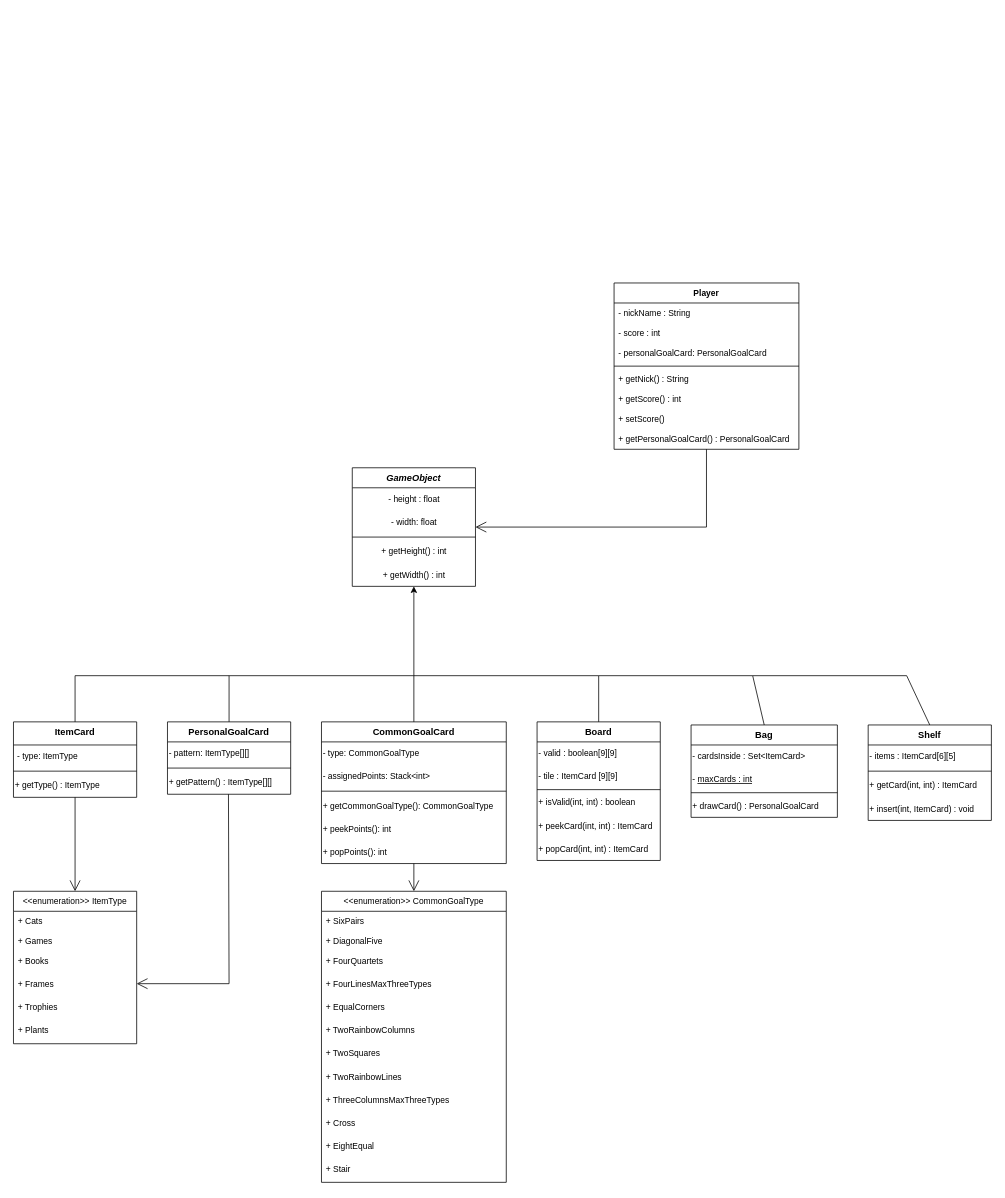
The draw.io diagram src/main/resources/uml.drawio in AndreaTorti-01/ing-sw-2023-torti-vigano-valtolina-vokrri, before the edit. Source tidied: cells renumbered, new cells numbered last; positions are measured from the earlier drawing's top-left corner, leaving out a move shared by most shapes. Both pictures are drawn from the tidied source at 77%, with x=0, y=0 at pixel (13, 283).
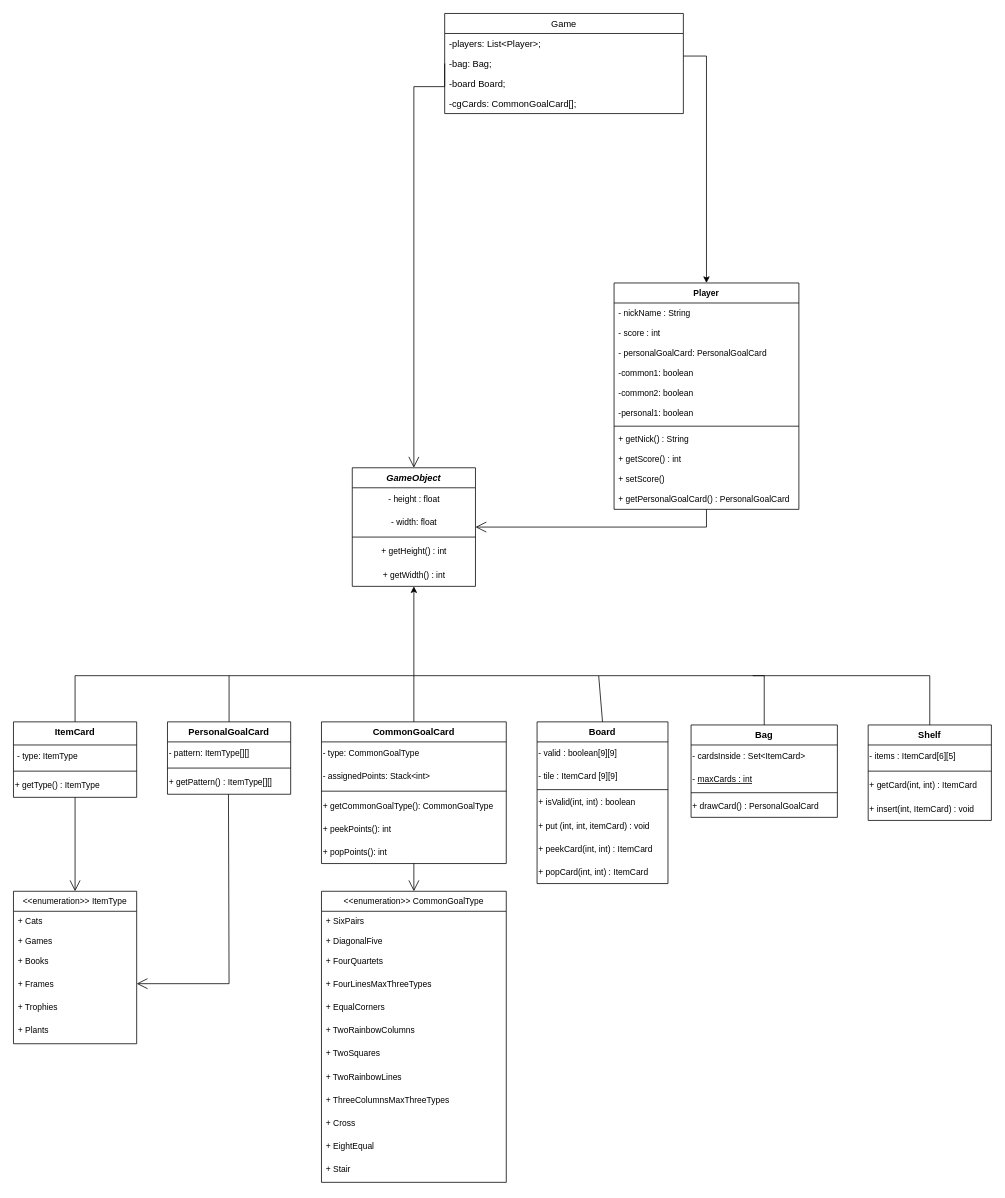
The same diagram, later.

Unchanged cells that the change refers to:
```xml
<mxCell id="2" value="GameObject" style="swimlane;fontStyle=3;align=center;verticalAlign=top;horizontal=1;startSize=26;rounded=0;shadow=0;strokeWidth=1;" parent="1" vertex="1">
  <mxGeometry x="440" y="240" width="160" height="154" as="geometry" />
</mxCell>
<mxCell id="19" value="Bag" style="swimlane;fontStyle=1;align=center;verticalAlign=top;horizontal=1;startSize=26;" parent="1" vertex="1">
  <mxGeometry x="880" y="574" width="190" height="120" as="geometry" />
</mxCell>
<mxCell id="24" value="Shelf" style="swimlane;fontStyle=1;align=center;verticalAlign=top;horizontal=1;startSize=26;" parent="1" vertex="1">
  <mxGeometry x="1110" y="574" width="160" height="124" as="geometry" />
</mxCell>
```

What changed in the source:
```diff
@@
     <mxCell id="12" value="Board" style="swimlane;fontStyle=1;align=center;verticalAlign=top;horizontal=1;startSize=26;" parent="1" vertex="1">
-      <mxGeometry x="680" y="570" width="160" height="180" as="geometry" />
+      <mxGeometry x="680" y="570" width="170" height="210" as="geometry" />
     </mxCell>
     <mxCell id="13" value="- valid : boolean[9][9]" style="text;html=1;align=left;verticalAlign=middle;strokeColor=none;fillColor=none;fontSize=11;" parent="12" vertex="1">
-      <mxGeometry y="26" width="160" height="30" as="geometry" />
+      <mxGeometry y="26" width="170" height="30" as="geometry" />
     </mxCell>
     <mxCell id="14" value="- tile : ItemCard [9][9]" style="text;html=1;align=left;verticalAlign=middle;strokeColor=none;fillColor=none;fontSize=11;" parent="12" vertex="1">
-      <mxGeometry y="56" width="160" height="30" as="geometry" />
+      <mxGeometry y="56" width="170" height="30" as="geometry" />
     </mxCell>
     <mxCell id="15" style="line;strokeWidth=1;fillColor=none;align=left;verticalAlign=middle;spacingTop=-1;spacingLeft=3;spacingRight=3;labelPosition=right;strokeColor=inherit;" parent="12" vertex="1">
-      <mxGeometry y="86" width="160" height="4" as="geometry" />
+      <mxGeometry y="86" width="170" height="4" as="geometry" />
     </mxCell>
     <mxCell id="16" value="+ isValid(int, int) : boolean" style="text;html=1;align=left;verticalAlign=middle;strokeColor=none;fillColor=none;fontSize=11;" parent="12" vertex="1">
-      <mxGeometry y="90" width="160" height="30" as="geometry" />
+      <mxGeometry y="90" width="170" height="30" as="geometry" />
     </mxCell>
+    <mxCell id="79" value="+ put (int, int, itemCard) : void" style="text;html=1;align=left;verticalAlign=middle;strokeColor=none;fillColor=none;fontSize=11;" parent="12" vertex="1">
+      <mxGeometry y="120" width="170" height="30" as="geometry" />
+    </mxCell>
     <mxCell id="17" value="+ peekCard(int, int) : ItemCard" style="text;html=1;align=left;verticalAlign=middle;strokeColor=none;fillColor=none;fontSize=11;" parent="12" vertex="1">
-      <mxGeometry y="120" width="160" height="30" as="geometry" />
+      <mxGeometry y="150" width="170" height="30" as="geometry" />
     </mxCell>
     <mxCell id="18" value="+ popCard(int, int) : ItemCard" style="text;html=1;align=left;verticalAlign=middle;strokeColor=none;fillColor=none;fontSize=11;" parent="12" vertex="1">
-      <mxGeometry y="150" width="160" height="30" as="geometry" />
+      <mxGeometry y="180" width="170" height="30" as="geometry" />
     </mxCell>
@@
     <mxCell id="62" value="Player" style="swimlane;fontStyle=1;align=center;verticalAlign=top;horizontal=1;startSize=26;fontSize=11;" parent="1" vertex="1">
-      <mxGeometry x="780" width="240" height="216" as="geometry" />
+      <mxGeometry x="780" width="240" height="294" as="geometry" />
     </mxCell>
@@
+    <mxCell id="80" value="-common1: boolean" style="text;strokeColor=none;fillColor=none;align=left;verticalAlign=top;spacingLeft=4;spacingRight=4;overflow=hidden;fontSize=11;" parent="62" vertex="1">
+      <mxGeometry y="104" width="240" height="26" as="geometry" />
+    </mxCell>
+    <mxCell id="81" value="-common2: boolean" style="text;strokeColor=none;fillColor=none;align=left;verticalAlign=top;spacingLeft=4;spacingRight=4;overflow=hidden;fontSize=11;" parent="62" vertex="1">
+      <mxGeometry y="130" width="240" height="26" as="geometry" />
+    </mxCell>
+    <mxCell id="82" value="-personal1: boolean" style="text;strokeColor=none;fillColor=none;align=left;verticalAlign=top;spacingLeft=4;spacingRight=4;overflow=hidden;fontSize=11;" parent="62" vertex="1">
+      <mxGeometry y="156" width="240" height="26" as="geometry" />
+    </mxCell>
     <mxCell id="66" style="line;strokeWidth=1;fillColor=none;align=left;verticalAlign=middle;spacingTop=-1;spacingLeft=3;spacingRight=3;labelPosition=right;strokeColor=inherit;fontSize=11;" parent="62" vertex="1">
-      <mxGeometry y="104" width="240" height="8" as="geometry" />
+      <mxGeometry y="182" width="240" height="8" as="geometry" />
     </mxCell>
     <mxCell id="67" value="+ getNick() : String" style="text;strokeColor=none;fillColor=none;align=left;verticalAlign=top;spacingLeft=4;spacingRight=4;overflow=hidden;fontSize=11;" parent="62" vertex="1">
-      <mxGeometry y="112" width="240" height="26" as="geometry" />
+      <mxGeometry y="190" width="240" height="26" as="geometry" />
     </mxCell>
     <mxCell id="68" value="+ getScore() : int" style="text;strokeColor=none;fillColor=none;align=left;verticalAlign=top;spacingLeft=4;spacingRight=4;overflow=hidden;fontSize=11;" parent="62" vertex="1">
-      <mxGeometry y="138" width="240" height="26" as="geometry" />
+      <mxGeometry y="216" width="240" height="26" as="geometry" />
     </mxCell>
     <mxCell id="69" value="+ setScore()" style="text;strokeColor=none;fillColor=none;align=left;verticalAlign=top;spacingLeft=4;spacingRight=4;overflow=hidden;fontSize=11;" parent="62" vertex="1">
-      <mxGeometry y="164" width="240" height="26" as="geometry" />
+      <mxGeometry y="242" width="240" height="26" as="geometry" />
     </mxCell>
     <mxCell id="70" value="+ getPersonalGoalCard() : PersonalGoalCard" style="text;strokeColor=none;fillColor=none;align=left;verticalAlign=top;spacingLeft=4;spacingRight=4;overflow=hidden;fontSize=11;" parent="62" vertex="1">
-      <mxGeometry y="190" width="240" height="26" as="geometry" />
+      <mxGeometry y="268" width="240" height="26" as="geometry" />
     </mxCell>
@@
     <mxCell id="76" style="endArrow=none;html=1;rounded=0;exitX=0.5;exitY=0;exitDx=0;exitDy=0;" parent="1" edge="1" source="19">
       <mxGeometry relative="1" as="geometry">
         <mxPoint x="760" y="510" as="targetPoint" />
         <Array as="points">
-          <mxPoint x="960" y="510" />
+          <mxPoint x="975" y="510" />
         </Array>
       </mxGeometry>
     </mxCell>
     <mxCell id="77" style="endArrow=none;html=1;rounded=0;entryX=0.5;entryY=0;entryDx=0;entryDy=0;" parent="1" edge="1" target="24">
       <mxGeometry relative="1" as="geometry">
         <mxPoint x="960" y="510" as="sourcePoint" />
         <Array as="points">
-          <mxPoint x="1160" y="510" />
+          <mxPoint x="1190" y="510" />
         </Array>
       </mxGeometry>
     </mxCell>
@@
+    <mxCell id="83" value="Game" style="swimlane;fontStyle=0;horizontal=1;startSize=26;fillColor=none;" parent="1" vertex="1">
+      <mxGeometry x="560" y="-350" width="310" height="130" as="geometry" />
+    </mxCell>
+    <mxCell id="84" value="-players: List&lt;Player&gt;;" style="text;strokeColor=none;fillColor=none;align=left;verticalAlign=top;spacingLeft=4;spacingRight=4;overflow=hidden;" parent="83" vertex="1">
+      <mxGeometry y="26" width="310" height="26" as="geometry" />
+    </mxCell>
+    <mxCell id="85" value="-bag: Bag;" style="text;strokeColor=none;fillColor=none;align=left;verticalAlign=top;spacingLeft=4;spacingRight=4;overflow=hidden;" parent="83" vertex="1">
+      <mxGeometry y="52" width="310" height="26" as="geometry" />
+    </mxCell>
+    <mxCell id="86" value="-board Board;" style="text;strokeColor=none;fillColor=none;align=left;verticalAlign=top;spacingLeft=4;spacingRight=4;overflow=hidden;" parent="83" vertex="1">
+      <mxGeometry y="78" width="310" height="26" as="geometry" />
+    </mxCell>
+    <mxCell id="87" value="-cgCards: CommonGoalCard[];" style="text;strokeColor=none;fillColor=none;align=left;verticalAlign=top;spacingLeft=4;spacingRight=4;overflow=hidden;" parent="83" vertex="1">
+      <mxGeometry y="104" width="310" height="26" as="geometry" />
+    </mxCell>
+    <mxCell id="88" style="endArrow=classic;html=1;rounded=0;exitX=1;exitY=0.126;exitDx=0;exitDy=0;exitPerimeter=0;entryX=0.5;entryY=0;entryDx=0;entryDy=0;edgeStyle=orthogonalEdgeStyle;" parent="1" edge="1" target="62">
+      <mxGeometry relative="1" as="geometry">
+        <mxPoint x="870" y="-294.7" as="sourcePoint" />
+        <Array as="points">
+          <mxPoint x="900" y="-295" />
+        </Array>
+      </mxGeometry>
+    </mxCell>
+    <mxCell id="89" style="endArrow=open;endFill=1;endSize=12;html=1;rounded=0;exitX=0;exitY=0.5;exitDx=0;exitDy=0;edgeStyle=orthogonalEdgeStyle;entryX=0.5;entryY=0;entryDx=0;entryDy=0;" parent="1" edge="1" target="2">
+      <mxGeometry relative="1" as="geometry">
+        <mxPoint x="560" y="-285" as="sourcePoint" />
+        <Array as="points">
+          <mxPoint x="560" y="-255" />
+          <mxPoint x="520" y="-255" />
+        </Array>
+      </mxGeometry>
+    </mxCell>
```
